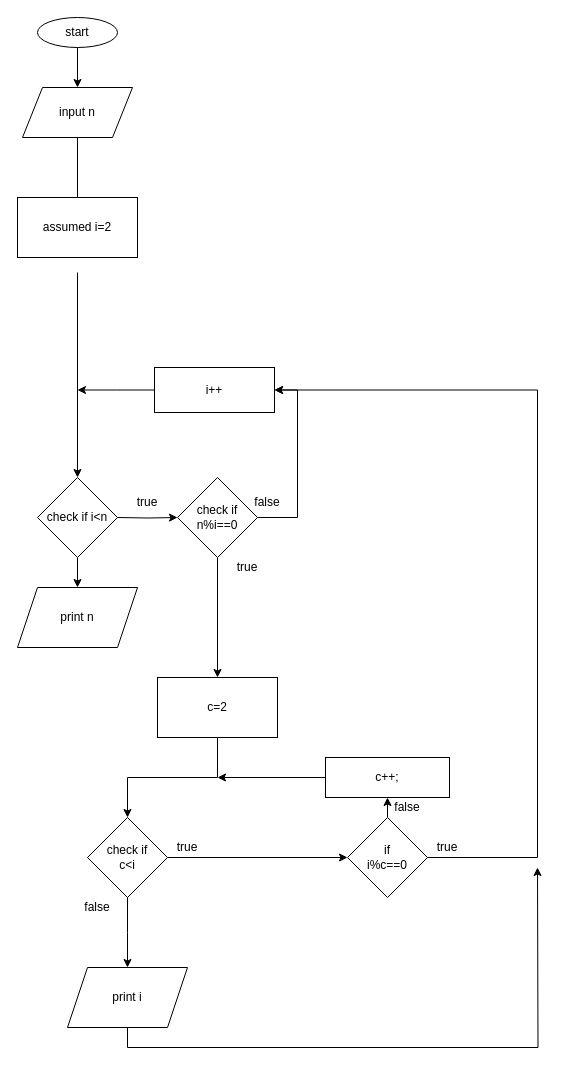
Pouria-Empire/fun_projects keeps this draw.io diagram as excersise1.drawio. Above is the earlier version. Source tidied: cells renumbered, new cells numbered last; positions are measured from the earlier drawing's top-left corner, leaving out a move shared by most shapes. Both pictures are drawn from the tidied source at 100%, with x=0, y=0 at pixel (-203, 17).
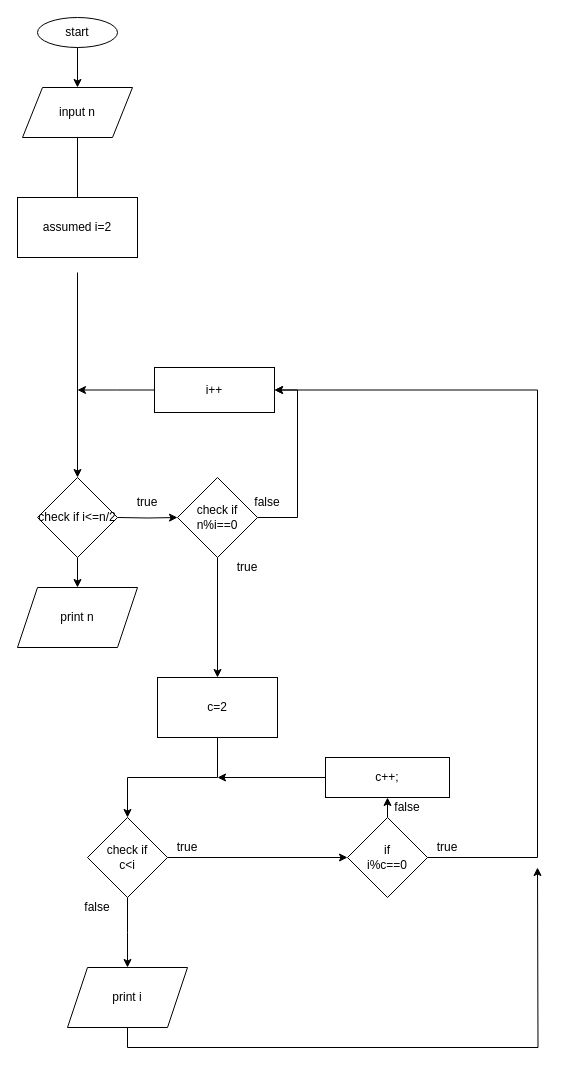
After the change.

The edit, as a diff of the source:
```diff
@@
-    <mxCell id="10" value="check if i&amp;lt;n" style="rhombus;whiteSpace=wrap;html=1;" parent="1" vertex="1">
+    <mxCell id="10" value="check if i&amp;lt;=n/2" style="rhombus;whiteSpace=wrap;html=1;" parent="1" vertex="1">
       <mxGeometry x="240" y="460" width="80" height="80" as="geometry" />
     </mxCell>
```
